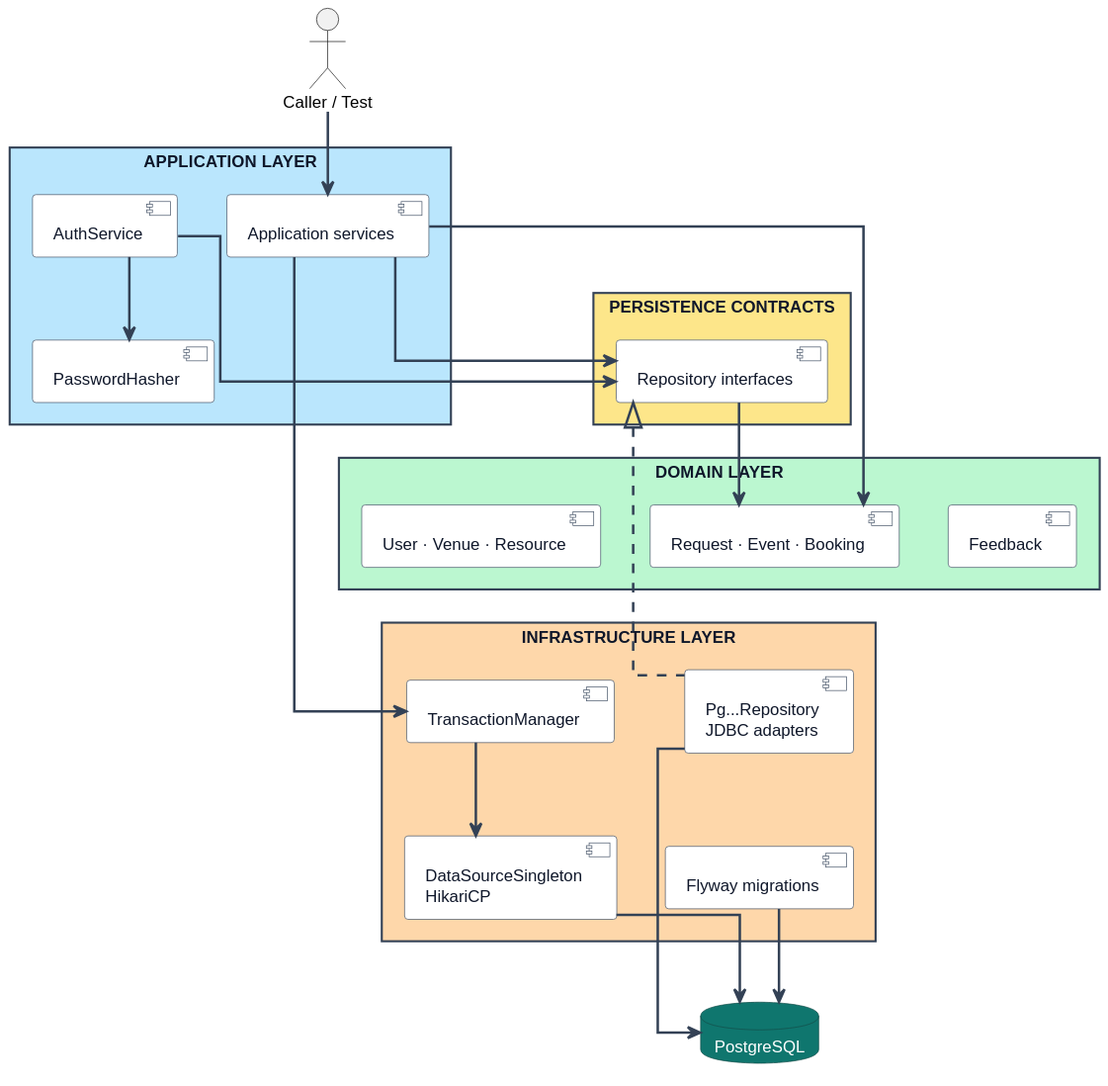
MeruemMeurel/Venue_Event_Organiser keeps this PlantUML diagram as docs/diagrams/architecture/layered-architecture.svg. Above is the earlier version. Its diagram source:
```plantuml
@startuml
skinparam style strictuml
skinparam shadowing false
skinparam DefaultFontName "Helvetica"
skinparam DefaultFontSize 12
skinparam ArrowColor #334155
skinparam ArrowThickness 1.8
skinparam ArrowFontColor #334155
skinparam ArrowFontSize 11
skinparam linetype ortho

skinparam rectangle {
    BorderColor #334155
    BorderThickness 1.5
    FontColor #0F172A
    FontStyle bold
    RoundCorner 14
}

skinparam component {
    BackgroundColor #FFFFFF
    BorderColor #475569
    FontColor #0F172A
}

skinparam database {
    BackgroundColor #0F766E
    BorderColor #134E4A
    FontColor #FFFFFF
}

top to bottom direction

actor "Caller / Test" as Caller

rectangle "APPLICATION LAYER" as Application #BAE6FD {
    component "Application services" as Services
    component "AuthService" as Auth
    component "PasswordHasher" as Hasher

    Services -[hidden]right- Auth
    Auth -[hidden]right- Hasher
}

rectangle "DOMAIN LAYER" as DomainLayer #BBF7D0 {
    component "User · Venue · Resource" as DomainA
    component "Request · Event · Booking" as DomainB
    component "Feedback" as DomainC

    DomainA -[hidden]right- DomainB
    DomainB -[hidden]right- DomainC
}

rectangle "PERSISTENCE CONTRACTS" as ContractsLayer #FDE68A {
    component "Repository interfaces" as Repositories
}

rectangle "INFRASTRUCTURE LAYER" as Infrastructure #FED7AA {
    component "Pg...Repository\nJDBC adapters" as Jdbc
    component "TransactionManager" as Transactions
    component "DataSourceSingleton\nHikariCP" as Pool
    component "Flyway migrations" as Flyway

    Jdbc -[hidden]right- Transactions
    Transactions -[hidden]right- Pool
    Pool -[hidden]right- Flyway
}

database "PostgreSQL" as PostgreSQL

Caller -down-> Services

Services -down-> DomainB
Services -down-> Repositories
Services --> Transactions
Auth --> Hasher
Auth --> Repositories

Repositories --> DomainB
Jdbc ..up.|> Repositories

Transactions --> Pool
Jdbc -down-> PostgreSQL
Pool -down-> PostgreSQL
Flyway -down-> PostgreSQL
@enduml
```
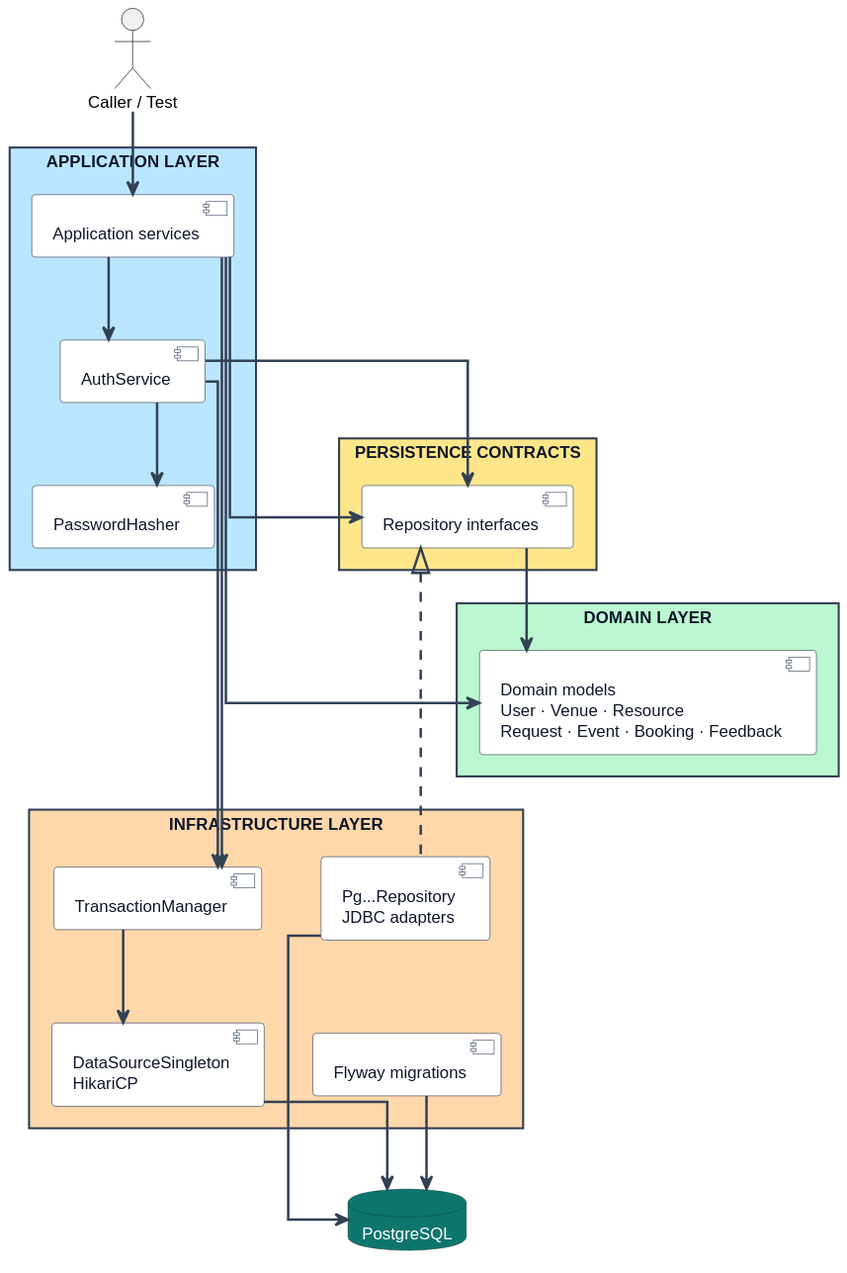
The same diagram one commit later.

Commit message:
docs: clarify architecture diagrams and dependencies

What changed in the source:
```diff
@@ -43,12 +43,7 @@
 }
 
 rectangle "DOMAIN LAYER" as DomainLayer #BBF7D0 {
-    component "User · Venue · Resource" as DomainA
-    component "Request · Event · Booking" as DomainB
-    component "Feedback" as DomainC
-
-    DomainA -[hidden]right- DomainB
-    DomainB -[hidden]right- DomainC
+    component "Domain models\nUser · Venue · Resource\nRequest · Event · Booking · Feedback" as DomainModels
 }
 
 rectangle "PERSISTENCE CONTRACTS" as ContractsLayer #FDE68A {
@@ -70,13 +65,15 @@
 
 Caller -down-> Services
 
-Services -down-> DomainB
+Services --> Auth
+Services -down-> DomainModels
 Services -down-> Repositories
 Services --> Transactions
 Auth --> Hasher
 Auth --> Repositories
+Auth --> Transactions
 
-Repositories --> DomainB
+Repositories --> DomainModels
 Jdbc ..up.|> Repositories
 
 Transactions --> Pool
```
